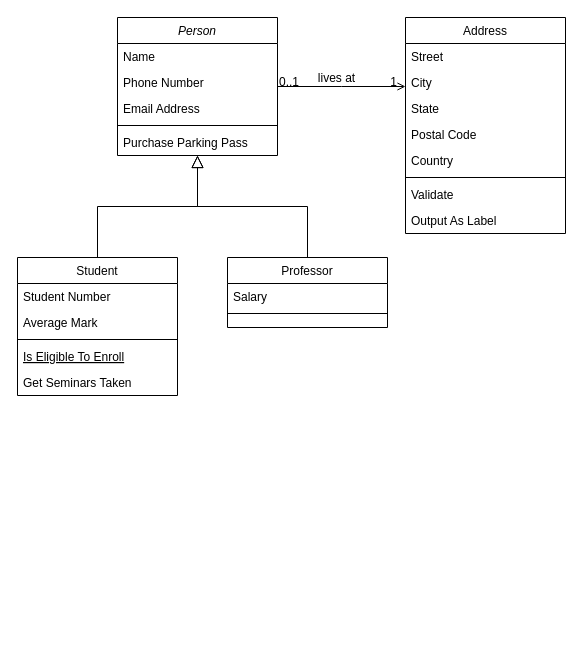
The draw.io diagram 未命名绘图.drawio in KINGYEUNG216/What-to-eat, before the edit. Source tidied: cells renumbered, new cells numbered last; positions are measured from the earlier drawing's top-left corner, leaving out a move shared by most shapes. Both pictures are drawn from the tidied source at 100%, with x=0, y=0 at pixel (17, 17).
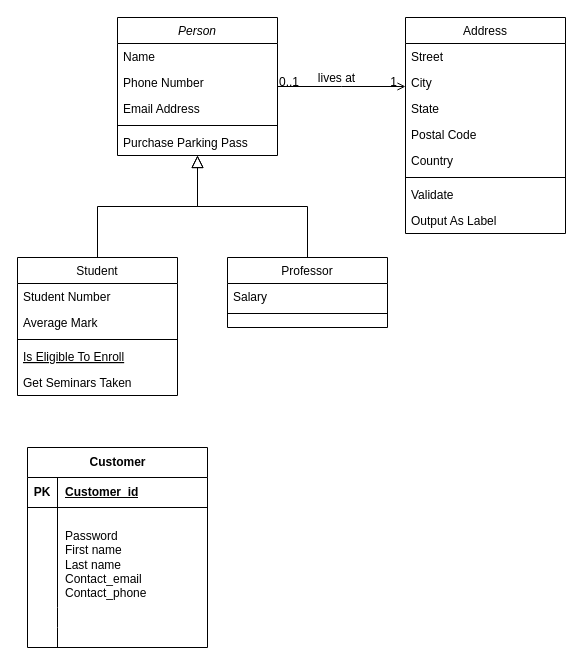
The same page after the edit.

Commit message (it also covers changes not shown here):
更新未命名绘图.drawio

What changed in the source:
```diff
@@
+    <mxCell id="32" value="Customer" style="shape=table;startSize=30;childLayout=tableLayout;rowLines=0;fontStyle=1;align=center;html=1;" parent="1" vertex="1">
+      <mxGeometry x="10" y="430" width="180" height="200" as="geometry" />
+    </mxCell>
+    <mxCell id="33" style="shape=tableRow;horizontal=0;startSize=0;swimlaneHead=0;swimlaneBody=0;fillColor=none;top=0;left=0;right=0;bottom=1;" parent="32" vertex="1">
+      <mxGeometry y="30" width="180" height="30" as="geometry" />
+    </mxCell>
+    <mxCell id="34" value="PK" style="shape=partialRectangle;fillColor=none;top=0;left=0;bottom=0;right=0;fontStyle=1;overflow=hidden;whiteSpace=wrap;html=1;" parent="33" vertex="1">
+      <mxGeometry width="30" height="30" as="geometry" />
+    </mxCell>
+    <mxCell id="35" value="Customer_id" style="shape=partialRectangle;fillColor=none;top=0;left=0;bottom=0;right=0;align=left;spacingLeft=6;fontStyle=5;overflow=hidden;whiteSpace=wrap;html=1;" parent="33" vertex="1">
+      <mxGeometry x="30" width="150" height="30" as="geometry" />
+    </mxCell>
+    <mxCell id="36" style="shape=tableRow;horizontal=0;startSize=0;swimlaneHead=0;swimlaneBody=0;fillColor=none;top=0;left=0;right=0;bottom=0;" parent="32" vertex="1">
+      <mxGeometry y="60" width="180" height="100" as="geometry" />
+    </mxCell>
+    <mxCell id="37" style="shape=partialRectangle;fillColor=none;top=0;left=0;bottom=0;right=0;overflow=hidden;whiteSpace=wrap;html=1;" parent="36" vertex="1">
+      <mxGeometry width="30" height="100" as="geometry" />
+    </mxCell>
+    <mxCell id="38" value="&lt;br&gt;Password&lt;br&gt;First name&lt;br&gt;Last name&lt;br&gt;Contact_email&lt;br&gt;Contact_phone&lt;br&gt;" style="shape=partialRectangle;fillColor=none;top=0;left=0;bottom=0;right=0;align=left;spacingLeft=6;overflow=hidden;whiteSpace=wrap;html=1;" parent="36" vertex="1">
+      <mxGeometry x="30" width="150" height="100" as="geometry" />
+    </mxCell>
+    <mxCell id="39" style="shape=tableRow;horizontal=0;startSize=0;swimlaneHead=0;swimlaneBody=0;fillColor=none;top=0;left=0;right=0;bottom=0;" parent="32" vertex="1">
+      <mxGeometry y="160" width="180" height="20" as="geometry" />
+    </mxCell>
+    <mxCell id="40" style="shape=partialRectangle;fillColor=none;top=0;left=0;bottom=0;right=0;overflow=hidden;whiteSpace=wrap;html=1;" parent="39" vertex="1">
+      <mxGeometry width="30" height="20" as="geometry" />
+    </mxCell>
+    <mxCell id="41" style="shape=partialRectangle;fillColor=none;top=0;left=0;bottom=0;right=0;align=left;spacingLeft=6;overflow=hidden;whiteSpace=wrap;html=1;" parent="39" vertex="1">
+      <mxGeometry x="30" width="150" height="20" as="geometry" />
+    </mxCell>
+    <mxCell id="42" style="shape=tableRow;horizontal=0;startSize=0;swimlaneHead=0;swimlaneBody=0;fillColor=none;top=0;left=0;right=0;bottom=0;" parent="32" vertex="1">
+      <mxGeometry y="180" width="180" height="20" as="geometry" />
+    </mxCell>
+    <mxCell id="43" style="shape=partialRectangle;fillColor=none;top=0;left=0;bottom=0;right=0;overflow=hidden;whiteSpace=wrap;html=1;" parent="42" vertex="1">
+      <mxGeometry width="30" height="20" as="geometry" />
+    </mxCell>
+    <mxCell id="44" style="shape=partialRectangle;fillColor=none;top=0;left=0;bottom=0;right=0;align=left;spacingLeft=6;overflow=hidden;whiteSpace=wrap;html=1;" parent="42" vertex="1">
+      <mxGeometry x="30" width="150" height="20" as="geometry" />
+    </mxCell>
```
